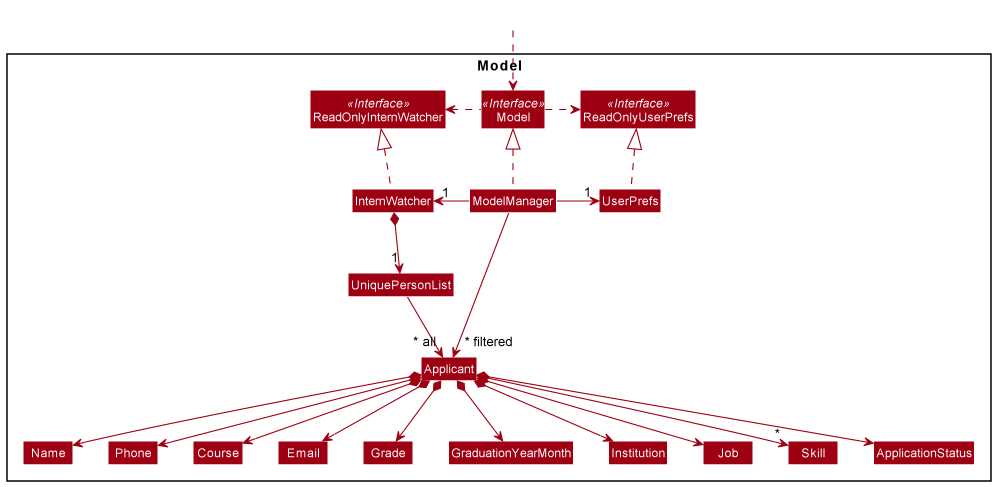
This is docs/images/ModelClassDiagram.png from yunpeng1234/tp, a PlantUML export, as it was before one commit. Its source is kept beside it as docs/diagrams/ModelClassDiagram.puml. Its diagram source:
```plantuml
@startuml
!include style.puml
skinparam arrowThickness 1.1
skinparam arrowColor MODEL_COLOR
skinparam classBackgroundColor MODEL_COLOR

Package Model <<Rectangle>>{
Interface ReadOnlyInternWatcher <<Interface>>
Interface ReadOnlyUserPrefs <<Interface>>
Interface Model <<Interface>>
Class InternWatcher
Class ReadOnlyInternWatcher
Class Model
Class ModelManager
Class UserPrefs
Class ReadOnlyUserPrefs
Class UniqueApplicantList
Class Applicant
Class Email
Class Name
Class Phone
Class Skill
Class Job
Class Grade
Class GraduationYearMonth
Class ApplicationStatus
Class Course
Class Institution
}

Class HiddenOutside #FFFFFF
HiddenOutside ..> Model

InternWatcher .up.|> ReadOnlyInternWatcher

ModelManager .up.|> Model
Model .right.> ReadOnlyUserPrefs
Model .left.> ReadOnlyInternWatcher
ModelManager -left-> "1" InternWatcher
ModelManager -right-> "1" UserPrefs
UserPrefs .up.|> ReadOnlyUserPrefs

InternWatcher *--> "1" UniqueApplicantList
UniqueApplicantList --> "~* all" Applicant
Applicant *--> Name
Applicant *--> Phone
Applicant *--> Email
Applicant *--> Course
Applicant *--> "*" Skill
Applicant *--> ApplicationStatus
Applicant *--> Job
Applicant *--> GraduationYearMonth
Applicant *--> Grade
Applicant *--> Institution

Name -[hidden]right-> Phone
Phone -[hidden]right-> Course
Course -[hidden]right-> Email
Email -[hidden]right-> Grade
Grade -[hidden]right-> GraduationYearMonth
GraduationYearMonth -[hidden]right-> Institution
Institution -[hidden]right-> Job
Job -[hidden]right-> Skill


ModelManager -->"~* filtered" Applicant
@enduml
```
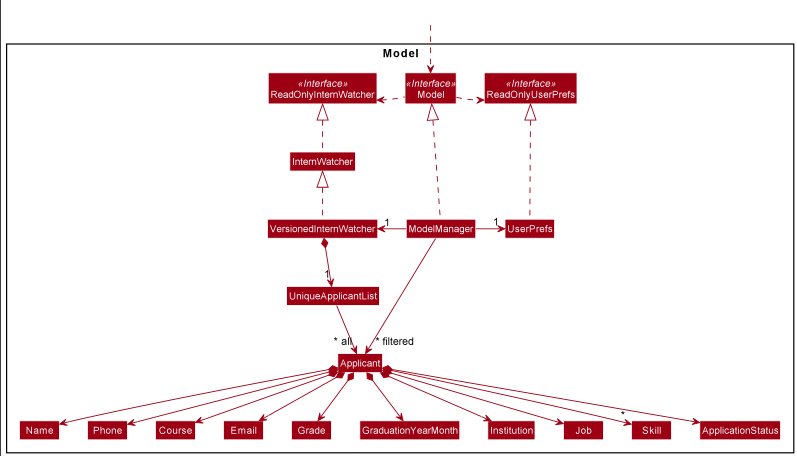
The same file after the commit.

What changed in the source:
```diff
@@ -8,6 +8,7 @@
 Interface ReadOnlyInternWatcher <<Interface>>
 Interface ReadOnlyUserPrefs <<Interface>>
 Interface Model <<Interface>>
+Class VersionedInternWatcher
 Class InternWatcher
 Class ReadOnlyInternWatcher
 Class Model
@@ -32,15 +33,17 @@
 HiddenOutside ..> Model
 
 InternWatcher .up.|> ReadOnlyInternWatcher
+VersionedInternWatcher .up.|> InternWatcher
+
 
 ModelManager .up.|> Model
 Model .right.> ReadOnlyUserPrefs
 Model .left.> ReadOnlyInternWatcher
-ModelManager -left-> "1" InternWatcher
+ModelManager -left-> "1" VersionedInternWatcher
 ModelManager -right-> "1" UserPrefs
 UserPrefs .up.|> ReadOnlyUserPrefs
 
-InternWatcher *--> "1" UniqueApplicantList
+VersionedInternWatcher *--> "1" UniqueApplicantList
 UniqueApplicantList --> "~* all" Applicant
 Applicant *--> Name
 Applicant *--> Phone
@@ -61,6 +64,8 @@
 GraduationYearMonth -[hidden]right-> Institution
 Institution -[hidden]right-> Job
 Job -[hidden]right-> Skill
+ReadOnlyInternWatcher -[hidden]right-> Model
+Model -[hidden]right-> ReadOnlyUserPrefs
 
 
 ModelManager -->"~* filtered" Applicant
```
